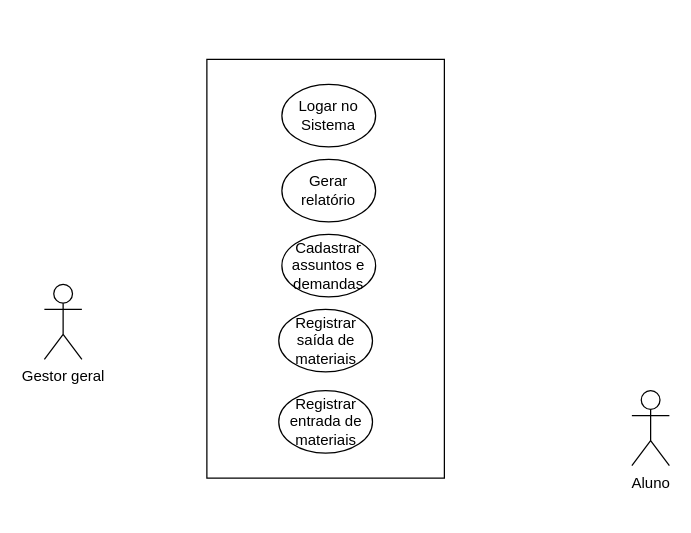
Thiago18l/APS.2020.1 keeps this draw.io diagram as DiagramaCasodeUso.drawio. Above is the earlier version. Source tidied: cells renumbered, new cells numbered last; positions are measured from the earlier drawing's top-left corner, leaving out a move shared by most shapes. Both pictures are drawn from the tidied source at 125%, with x=0, y=0 at pixel (44, 84).
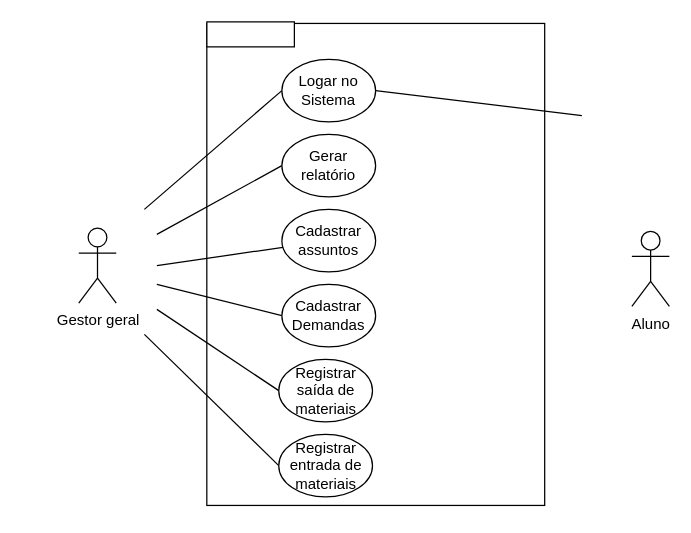
The same diagram, later.

The edit, as a diff of the source:
```diff
@@
     <mxCell id="2" style="rounded=0;whiteSpace=wrap;html=1;rotation=90;" parent="1" vertex="1">
-      <mxGeometry x="57.5" y="52.5" width="335" height="190" as="geometry" />
+      <mxGeometry x="72.3" y="8.9" width="385.6" height="270.3" as="geometry" />
     </mxCell>
     <mxCell id="3" value="Gerar relatório" style="ellipse;whiteSpace=wrap;html=1;" parent="1" vertex="1">
-      <mxGeometry x="190" y="60" width="75" height="50" as="geometry" />
+      <mxGeometry x="190" y="40" width="75" height="50" as="geometry" />
     </mxCell>
-    <mxCell id="4" value="Cadastrar assuntos e demandas" style="ellipse;whiteSpace=wrap;html=1;" parent="1" vertex="1">
-      <mxGeometry x="190" y="120" width="75" height="50" as="geometry" />
+    <mxCell id="4" value="Cadastrar assuntos" style="ellipse;whiteSpace=wrap;html=1;" parent="1" vertex="1">
+      <mxGeometry x="190" y="100" width="75" height="50" as="geometry" />
     </mxCell>
     <mxCell id="5" value="Logar no Sistema" style="ellipse;whiteSpace=wrap;html=1;" parent="1" vertex="1">
-      <mxGeometry x="190" width="75" height="50" as="geometry" />
+      <mxGeometry x="190" y="-20" width="75" height="50" as="geometry" />
     </mxCell>
     <mxCell id="6" value="Registrar saída de materiais" style="ellipse;whiteSpace=wrap;html=1;" parent="1" vertex="1">
-      <mxGeometry x="187.5" y="180" width="75" height="50" as="geometry" />
+      <mxGeometry x="187.5" y="220" width="75" height="50" as="geometry" />
     </mxCell>
     <mxCell id="7" value="Registrar entrada de materiais" style="ellipse;whiteSpace=wrap;html=1;" parent="1" vertex="1">
-      <mxGeometry x="187.5" y="245" width="75" height="50" as="geometry" />
+      <mxGeometry x="187.5" y="280" width="75" height="50" as="geometry" />
     </mxCell>
+    <mxCell id="10" style="rounded=0;jettySize=auto;html=1;endArrow=none;endFill=0;" parent="1" edge="1" target="4">
+      <mxGeometry relative="1" as="geometry">
+        <mxPoint x="90" y="145" as="sourcePoint" />
+      </mxGeometry>
+    </mxCell>
     <mxCell id="8" value="Gestor geral" style="shape=umlActor;verticalLabelPosition=bottom;verticalAlign=top;html=1;" parent="1" vertex="1">
-      <mxGeometry y="160" width="30" height="60" as="geometry" />
+      <mxGeometry x="27.5" y="115" width="30" height="60" as="geometry" />
     </mxCell>
     <mxCell id="9" value="&lt;div&gt;Aluno&lt;/div&gt;&lt;div&gt;&lt;br&gt;&lt;/div&gt;" style="shape=umlActor;verticalLabelPosition=bottom;verticalAlign=top;html=1;" parent="1" vertex="1">
-      <mxGeometry x="470" y="245" width="30" height="60" as="geometry" />
+      <mxGeometry x="470" y="117.5" width="30" height="60" as="geometry" />
     </mxCell>
+    <mxCell id="11" style="rounded=0;jettySize=auto;html=1;endArrow=none;endFill=0;entryX=0;entryY=0.5;entryDx=0;entryDy=0;" parent="1" edge="1" target="5">
+      <mxGeometry relative="1" as="geometry">
+        <mxPoint x="80" y="100" as="sourcePoint" />
+      </mxGeometry>
+    </mxCell>
+    <mxCell id="12" style="rounded=0;jettySize=auto;html=1;endArrow=none;endFill=0;entryX=0;entryY=0.5;entryDx=0;entryDy=0;" parent="1" edge="1" target="3">
+      <mxGeometry relative="1" as="geometry">
+        <mxPoint x="90" y="120" as="sourcePoint" />
+      </mxGeometry>
+    </mxCell>
+    <mxCell id="13" style="rounded=0;jettySize=auto;html=1;endArrow=none;endFill=0;entryX=0;entryY=0.5;entryDx=0;entryDy=0;" parent="1" edge="1" target="6">
+      <mxGeometry relative="1" as="geometry">
+        <mxPoint x="90" y="180" as="sourcePoint" />
+      </mxGeometry>
+    </mxCell>
+    <mxCell id="14" style="rounded=0;jettySize=auto;html=1;endArrow=none;endFill=0;entryX=0;entryY=0.5;entryDx=0;entryDy=0;" parent="1" edge="1" target="7">
+      <mxGeometry relative="1" as="geometry">
+        <mxPoint x="80" y="200" as="sourcePoint" />
+      </mxGeometry>
+    </mxCell>
+    <mxCell id="15" style="rounded=0;jettySize=auto;html=1;endArrow=none;endFill=0;exitX=1;exitY=0.5;exitDx=0;exitDy=0;" parent="1" edge="1" source="5">
+      <mxGeometry relative="1" as="geometry">
+        <mxPoint x="430" y="25" as="targetPoint" />
+      </mxGeometry>
+    </mxCell>
+    <mxCell id="16" style="rounded=0;whiteSpace=wrap;html=1;" parent="1" vertex="1">
+      <mxGeometry x="130" y="-50" width="70" height="20" as="geometry" />
+    </mxCell>
+    <mxCell id="17" value="&lt;div&gt;Cadastrar&lt;/div&gt;&lt;div&gt;Demandas&lt;br&gt;&lt;/div&gt;" style="ellipse;whiteSpace=wrap;html=1;" parent="1" vertex="1">
+      <mxGeometry x="190" y="160" width="75" height="50" as="geometry" />
+    </mxCell>
+    <mxCell id="18" style="rounded=0;jettySize=auto;html=1;endArrow=none;endFill=0;entryX=0;entryY=0.5;entryDx=0;entryDy=0;" parent="1" edge="1" target="17">
+      <mxGeometry relative="1" as="geometry">
+        <mxPoint x="90" y="160" as="sourcePoint" />
+      </mxGeometry>
+    </mxCell>
```
